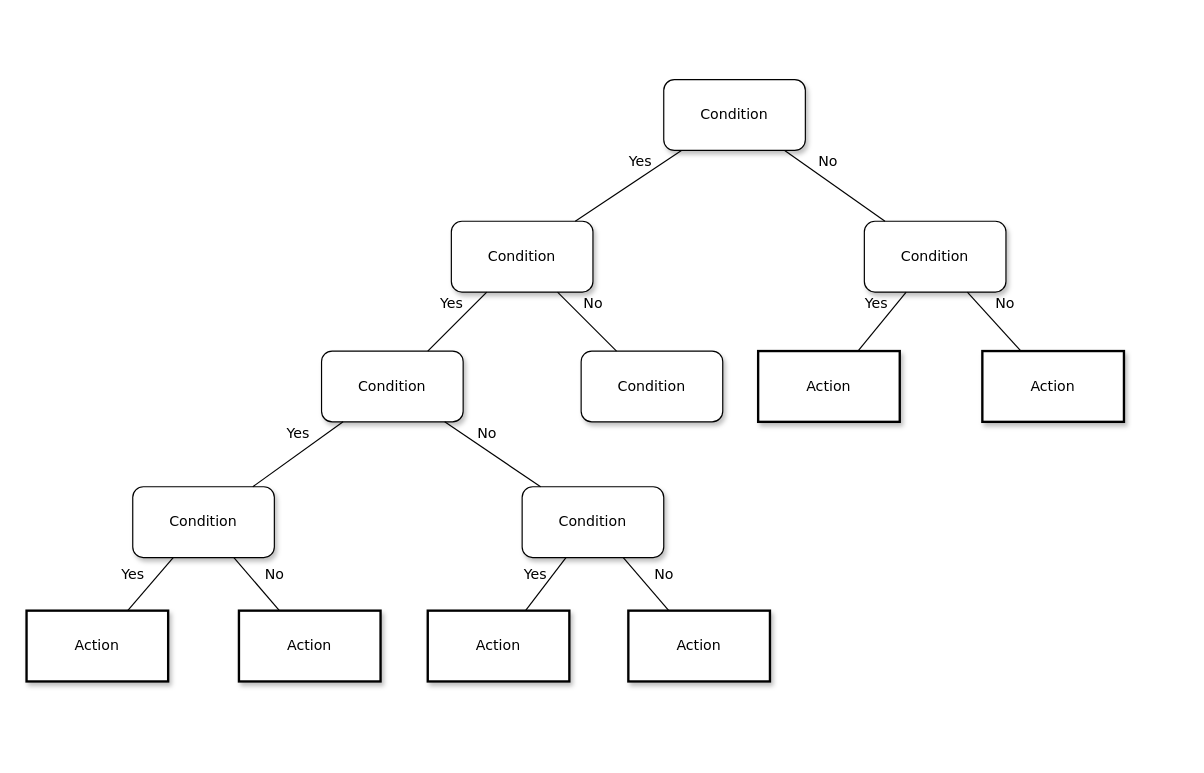
Earlier version of the draw.io diagram Untitled Diagram.drawio (TSUJI-Mariko/minishell). Source tidied: cells renumbered, new cells numbered last; positions are measured from the earlier drawing's top-left corner, leaving out a move shared by most shapes. Both pictures are drawn from the tidied source at 118%, with x=0, y=0 at pixel (26, 79).
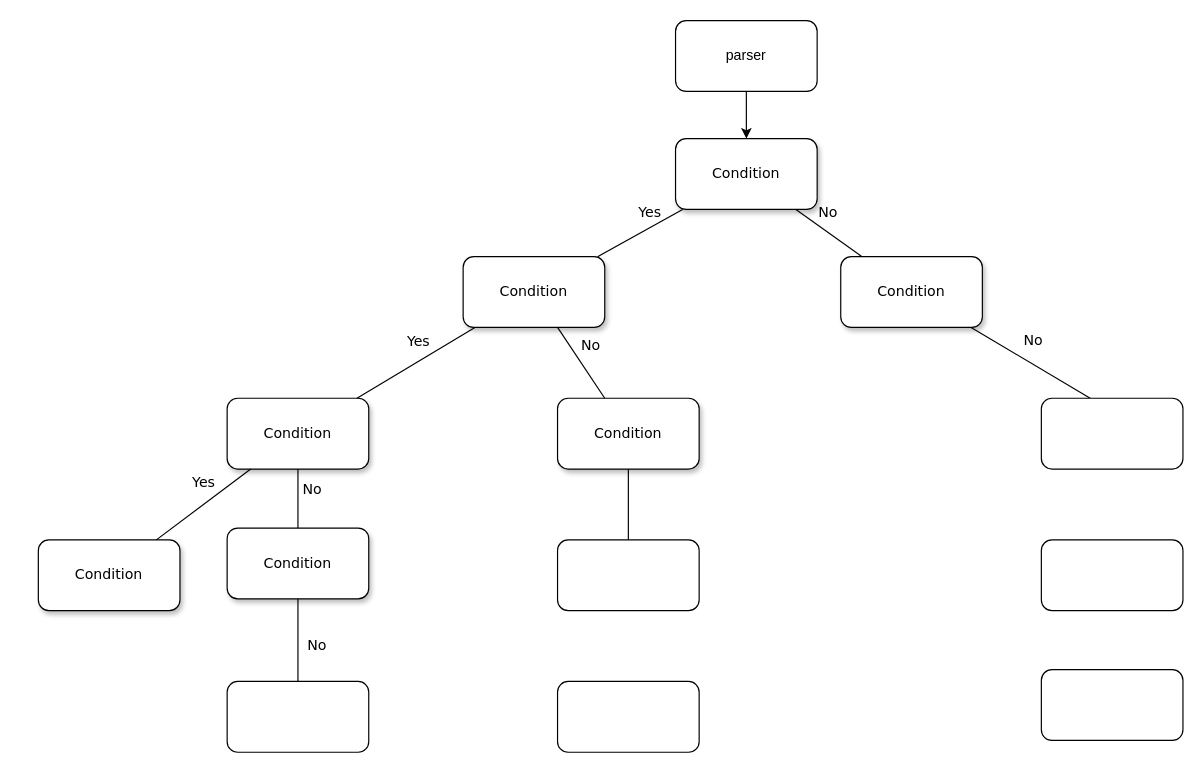
After the change.

What changed in the source:
```diff
@@
     <mxCell id="2" value="Condition" style="whiteSpace=wrap;html=1;rounded=1;shadow=1;labelBackgroundColor=none;strokeWidth=1;fontFamily=Verdana;fontSize=12;align=center;" parent="1" vertex="1">
-      <mxGeometry x="540" width="120" height="60" as="geometry" />
+      <mxGeometry x="550" y="50" width="120" height="60" as="geometry" />
     </mxCell>
     <mxCell id="3" value="&lt;span&gt;Condition&lt;/span&gt;" style="whiteSpace=wrap;html=1;rounded=1;shadow=1;labelBackgroundColor=none;strokeWidth=1;fontFamily=Verdana;fontSize=12;align=center;" parent="1" vertex="1">
-      <mxGeometry x="360" y="120" width="120" height="60" as="geometry" />
+      <mxGeometry x="370" y="150" width="120" height="60" as="geometry" />
     </mxCell>
     <mxCell id="4" value="&lt;span&gt;Condition&lt;/span&gt;" style="whiteSpace=wrap;html=1;rounded=1;shadow=1;labelBackgroundColor=none;strokeWidth=1;fontFamily=Verdana;fontSize=12;align=center;" parent="1" vertex="1">
-      <mxGeometry x="710" y="120" width="120" height="60" as="geometry" />
+      <mxGeometry x="690" y="150" width="120" height="60" as="geometry" />
     </mxCell>
@@
     <mxCell id="7" value="&lt;span&gt;Condition&lt;/span&gt;" style="whiteSpace=wrap;html=1;rounded=1;shadow=1;labelBackgroundColor=none;strokeWidth=1;fontFamily=Verdana;fontSize=12;align=center;" parent="1" vertex="1">
-      <mxGeometry x="250" y="230" width="120" height="60" as="geometry" />
+      <mxGeometry x="170" y="270" width="120" height="60" as="geometry" />
     </mxCell>
     <mxCell id="8" value="&lt;span&gt;Condition&lt;/span&gt;" style="whiteSpace=wrap;html=1;rounded=1;shadow=1;labelBackgroundColor=none;strokeWidth=1;fontFamily=Verdana;fontSize=12;align=center;" parent="1" vertex="1">
-      <mxGeometry x="470" y="230" width="120" height="60" as="geometry" />
+      <mxGeometry x="450" y="270" width="120" height="60" as="geometry" />
     </mxCell>
-    <mxCell id="9" value="&lt;span&gt;Action&lt;/span&gt;" style="whiteSpace=wrap;html=1;rounded=0;shadow=1;labelBackgroundColor=none;strokeWidth=2;fontFamily=Verdana;fontSize=12;align=center;" parent="1" vertex="1">
-      <mxGeometry x="620" y="230" width="120" height="60" as="geometry" />
-    </mxCell>
-    <mxCell id="10" value="&lt;span&gt;Action&lt;/span&gt;" style="whiteSpace=wrap;html=1;rounded=0;shadow=1;labelBackgroundColor=none;strokeWidth=2;fontFamily=Verdana;fontSize=12;align=center;" parent="1" vertex="1">
-      <mxGeometry x="810" y="230" width="120" height="60" as="geometry" />
-    </mxCell>
     <mxCell id="11" value="&lt;span&gt;Condition&lt;/span&gt;" style="whiteSpace=wrap;html=1;rounded=1;shadow=1;labelBackgroundColor=none;strokeWidth=1;fontFamily=Verdana;fontSize=12;align=center;" parent="1" vertex="1">
-      <mxGeometry x="90" y="345" width="120" height="60" as="geometry" />
+      <mxGeometry x="10" y="390" width="120" height="60" as="geometry" />
     </mxCell>
     <mxCell id="12" value="&lt;span&gt;Condition&lt;/span&gt;" style="whiteSpace=wrap;html=1;rounded=1;shadow=1;labelBackgroundColor=none;strokeWidth=1;fontFamily=Verdana;fontSize=12;align=center;" parent="1" vertex="1">
-      <mxGeometry x="420" y="345" width="120" height="60" as="geometry" />
+      <mxGeometry x="170" y="380" width="120" height="60" as="geometry" />
     </mxCell>
@@
-    <mxCell id="15" value="Yes" style="rounded=0;html=1;labelBackgroundColor=none;startArrow=none;startFill=0;startSize=5;endArrow=none;endFill=0;endSize=5;jettySize=auto;strokeWidth=1;fontFamily=Verdana;fontSize=12;" parent="1" edge="1" source="4" target="9">
-      <mxGeometry x="-0.26" y="-13" relative="1" as="geometry" />
-    </mxCell>
-    <mxCell id="16" value="No" style="rounded=0;html=1;labelBackgroundColor=none;startArrow=none;startFill=0;startSize=5;endArrow=none;endFill=0;endSize=5;jettySize=auto;strokeWidth=1;fontFamily=Verdana;fontSize=12;" parent="1" edge="1" source="4" target="10">
+    <mxCell id="16" value="No" style="rounded=0;html=1;labelBackgroundColor=none;startArrow=none;startFill=0;startSize=5;endArrow=none;endFill=0;endSize=5;jettySize=auto;strokeWidth=1;fontFamily=Verdana;fontSize=12;entryX=0.345;entryY=0;entryDx=0;entryDy=0;entryPerimeter=0;" parent="1" edge="1" source="4" target="31">
       <mxGeometry x="-0.13" y="17" relative="1" as="geometry" />
     </mxCell>
@@
-    <mxCell id="19" value="Action" style="whiteSpace=wrap;html=1;rounded=0;shadow=1;labelBackgroundColor=none;strokeWidth=2;fontFamily=Verdana;fontSize=12;align=center;" parent="1" vertex="1">
-      <mxGeometry y="450" width="120" height="60" as="geometry" />
-    </mxCell>
-    <mxCell id="20" value="&lt;span&gt;Action&lt;/span&gt;" style="whiteSpace=wrap;html=1;rounded=0;shadow=1;labelBackgroundColor=none;strokeWidth=2;fontFamily=Verdana;fontSize=12;align=center;" parent="1" vertex="1">
-      <mxGeometry x="180" y="450" width="120" height="60" as="geometry" />
-    </mxCell>
-    <mxCell id="21" value="&lt;span&gt;Action&lt;/span&gt;" style="whiteSpace=wrap;html=1;rounded=0;shadow=1;labelBackgroundColor=none;strokeWidth=2;fontFamily=Verdana;fontSize=12;align=center;" parent="1" vertex="1">
-      <mxGeometry x="340" y="450" width="120" height="60" as="geometry" />
-    </mxCell>
-    <mxCell id="22" value="&lt;span&gt;Action&lt;/span&gt;" style="whiteSpace=wrap;html=1;rounded=0;shadow=1;labelBackgroundColor=none;strokeWidth=2;fontFamily=Verdana;fontSize=12;align=center;" parent="1" vertex="1">
-      <mxGeometry x="510" y="450" width="120" height="60" as="geometry" />
-    </mxCell>
-    <mxCell id="23" value="Yes" style="rounded=0;html=1;labelBackgroundColor=none;startArrow=none;startFill=0;startSize=5;endArrow=none;endFill=0;endSize=5;jettySize=auto;strokeWidth=1;fontFamily=Verdana;fontSize=12;" parent="1" edge="1" source="11" target="19">
-      <mxGeometry x="0.14" y="-16" relative="1" as="geometry" />
-    </mxCell>
-    <mxCell id="24" value="No" style="rounded=0;html=1;labelBackgroundColor=none;startArrow=none;startFill=0;startSize=5;endArrow=none;endFill=0;endSize=5;jettySize=auto;strokeWidth=1;fontFamily=Verdana;fontSize=12;" parent="1" edge="1" source="11" target="20">
-      <mxGeometry x="0.14" y="16" relative="1" as="geometry" />
-    </mxCell>
-    <mxCell id="25" value="Yes" style="rounded=0;html=1;labelBackgroundColor=none;startArrow=none;startFill=0;startSize=5;endArrow=none;endFill=0;endSize=5;jettySize=auto;strokeWidth=1;fontFamily=Verdana;fontSize=12;" parent="1" edge="1" source="12" target="21">
-      <mxGeometry y="-12" relative="1" as="geometry" />
-    </mxCell>
-    <mxCell id="26" value="No" style="rounded=0;html=1;labelBackgroundColor=none;startArrow=none;startFill=0;startSize=5;endArrow=none;endFill=0;endSize=5;jettySize=auto;strokeWidth=1;fontFamily=Verdana;fontSize=12;" parent="1" edge="1" source="12" target="22">
+    <mxCell id="26" value="No" style="rounded=0;html=1;labelBackgroundColor=none;startArrow=none;startFill=0;startSize=5;endArrow=none;endFill=0;endSize=5;jettySize=auto;strokeWidth=1;fontFamily=Verdana;fontSize=12;" parent="1" edge="1" source="12" target="30">
       <mxGeometry x="0.14" y="16" relative="1" as="geometry" />
     </mxCell>
+    <mxCell id="27" style="edgeStyle=orthogonalEdgeStyle;rounded=0;jettySize=auto;html=1;exitX=0.75;exitY=1;exitDx=0;exitDy=0;" parent="1" edge="1" source="28" target="2">
+      <mxGeometry relative="1" as="geometry">
+        <Array as="points">
+          <mxPoint x="610" y="10" />
+        </Array>
+      </mxGeometry>
+    </mxCell>
+    <mxCell id="28" value="parser" style="rounded=1;whiteSpace=wrap;html=1;" parent="1" vertex="1">
+      <mxGeometry x="550" y="-50" width="120" height="60" as="geometry" />
+    </mxCell>
+    <mxCell id="29" style="rounded=1;whiteSpace=wrap;html=1;" parent="1" vertex="1">
+      <mxGeometry x="450" y="390" width="120" height="60" as="geometry" />
+    </mxCell>
+    <mxCell id="30" style="rounded=1;whiteSpace=wrap;html=1;" parent="1" vertex="1">
+      <mxGeometry x="170" y="510" width="120" height="60" as="geometry" />
+    </mxCell>
+    <mxCell id="31" style="rounded=1;whiteSpace=wrap;html=1;" parent="1" vertex="1">
+      <mxGeometry x="860" y="270" width="120" height="60" as="geometry" />
+    </mxCell>
+    <mxCell id="32" style="rounded=1;whiteSpace=wrap;html=1;" parent="1" vertex="1">
+      <mxGeometry x="450" y="510" width="120" height="60" as="geometry" />
+    </mxCell>
+    <mxCell id="33" style="rounded=1;whiteSpace=wrap;html=1;" parent="1" vertex="1">
+      <mxGeometry x="860" y="390" width="120" height="60" as="geometry" />
+    </mxCell>
+    <mxCell id="34" style="rounded=1;whiteSpace=wrap;html=1;" parent="1" vertex="1">
+      <mxGeometry x="860" y="500" width="120" height="60" as="geometry" />
+    </mxCell>
+    <mxCell id="35" style="endArrow=none;html=1;rounded=0;entryX=0.5;entryY=1;entryDx=0;entryDy=0;" parent="1" edge="1" source="29" target="8">
+      <mxGeometry relative="1" as="geometry" />
+    </mxCell>
```
